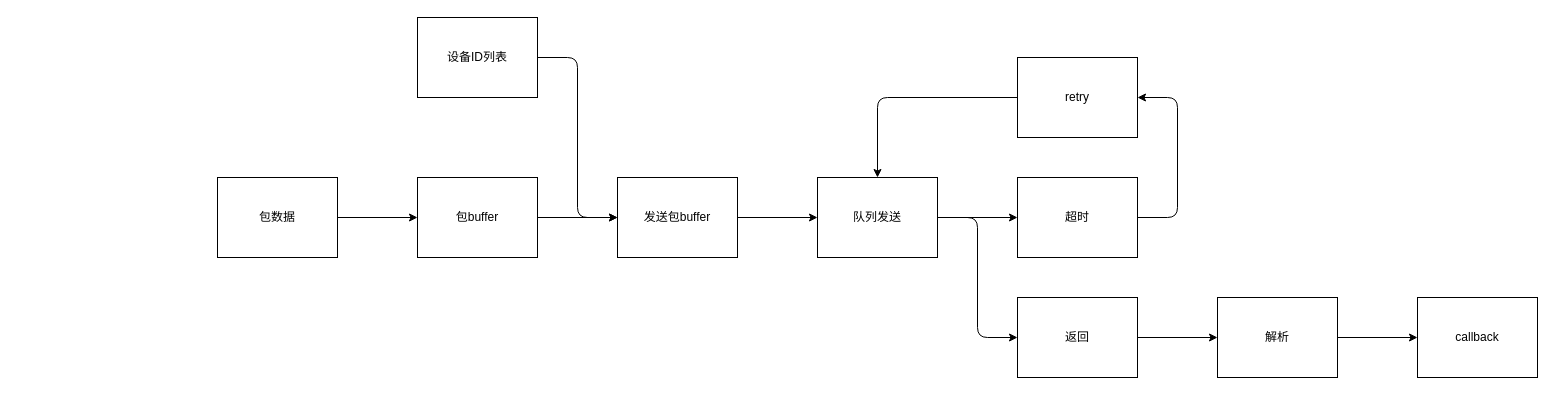
instkffff/POWER-CONTROL-COMM keeps this draw.io diagram as 通讯系统架构.drawio. Above is the earlier version. Source tidied: cells renumbered, new cells numbered last; positions are measured from the earlier drawing's top-left corner, leaving out a move shared by most shapes. Both pictures are drawn from the tidied source at 100%, with x=0, y=0 at pixel (217, 17).
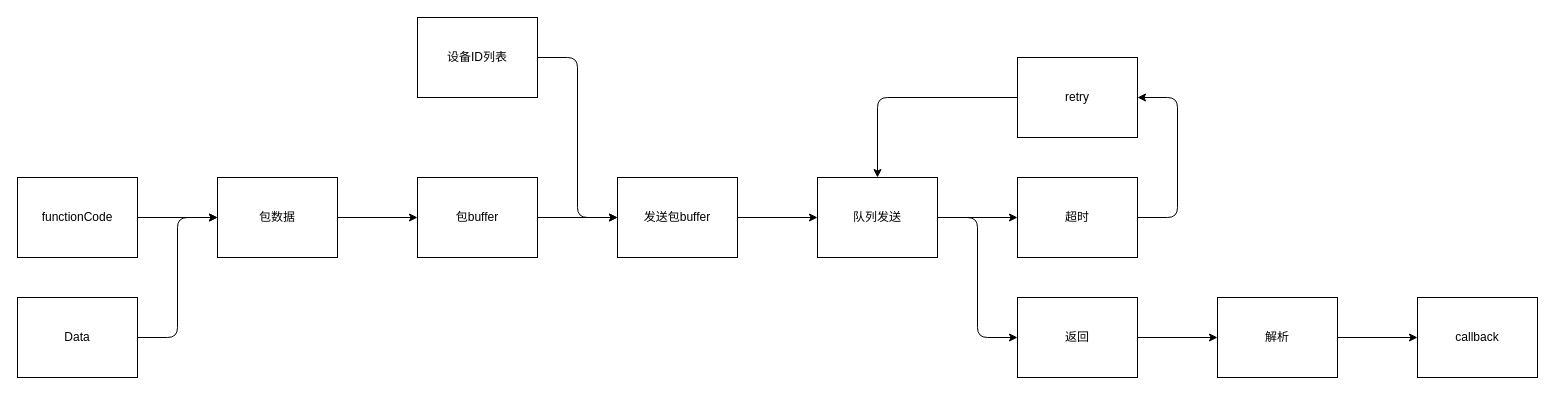
The same page after the edit.

Unchanged cells that the change refers to:
```xml
<mxCell id="7" value="包数据" style="rounded=0;whiteSpace=wrap;html=1;" parent="1" vertex="1">
  <mxGeometry y="160" width="120" height="80" as="geometry" />
</mxCell>
```

The edit, as a diff of the source:
```diff
@@
+    <mxCell id="22" style="edgeStyle=none;html=1;" parent="1" edge="1" source="23" target="7">
+      <mxGeometry relative="1" as="geometry" />
+    </mxCell>
+    <mxCell id="23" value="functionCode" style="rounded=0;whiteSpace=wrap;html=1;" parent="1" vertex="1">
+      <mxGeometry x="-200" y="160" width="120" height="80" as="geometry" />
+    </mxCell>
+    <mxCell id="24" style="edgeStyle=orthogonalEdgeStyle;html=1;entryX=0;entryY=0.5;entryDx=0;entryDy=0;" parent="1" edge="1" source="25" target="7">
+      <mxGeometry relative="1" as="geometry" />
+    </mxCell>
+    <mxCell id="25" value="Data" style="rounded=0;whiteSpace=wrap;html=1;" parent="1" vertex="1">
+      <mxGeometry x="-200" y="280" width="120" height="80" as="geometry" />
+    </mxCell>
```
